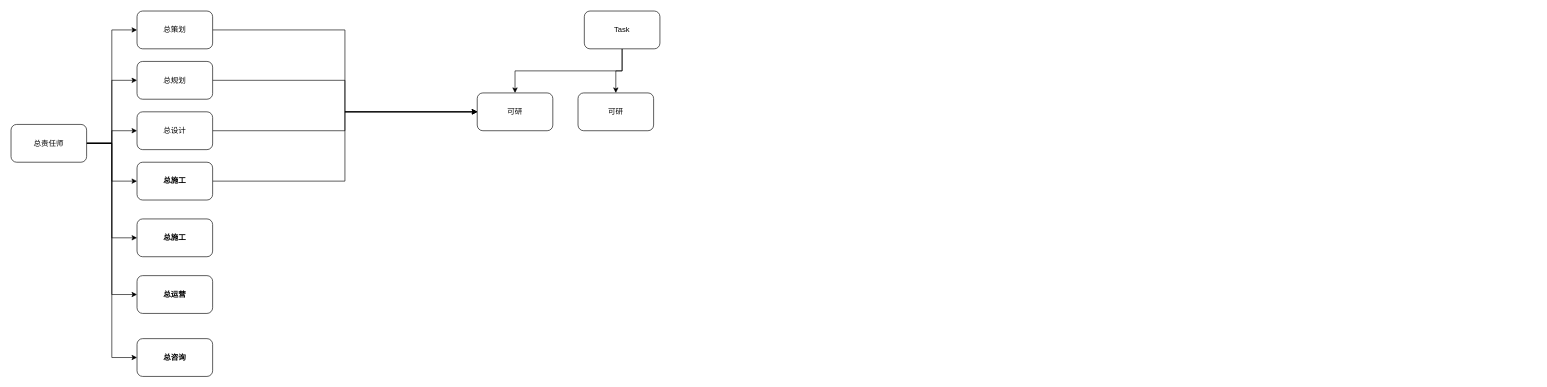
This is 总师系统_UserRelationShape.drawio from gaochaowyq/MinderGraph, a draw.io file, before an edit. Source tidied: cells renumbered, new cells numbered last; positions are measured from the earlier drawing's top-left corner, leaving out a move shared by most shapes. Both pictures are drawn from the tidied source at 63%, with x=0, y=0 at pixel (11, 11).
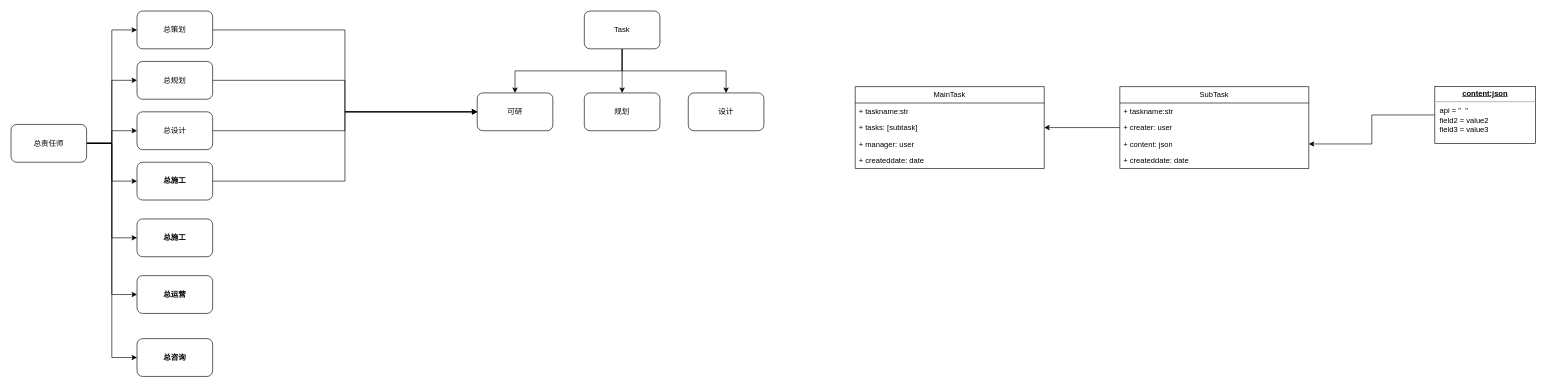
After the change.

Unchanged cells that the change refers to:
```xml
<mxCell id="23" value="&lt;div&gt;Task&lt;/div&gt;" style="rounded=1;whiteSpace=wrap;html=1;" parent="1" vertex="1">
  <mxGeometry x="910" width="120" height="60" as="geometry" />
</mxCell>
```

Change to the diagram source:
```diff
@@
-    <mxCell id="22" style="edgeStyle=orthogonalEdgeStyle;rounded=0;jettySize=auto;html=1;" parent="1" edge="1" source="23" target="25">
+    <mxCell id="22" style="edgeStyle=orthogonalEdgeStyle;rounded=0;jettySize=auto;html=1;exitX=0.5;exitY=1;exitDx=0;exitDy=0;" parent="1" edge="1" source="23" target="25">
       <mxGeometry relative="1" as="geometry" />
     </mxCell>
+    <mxCell id="26" style="edgeStyle=orthogonalEdgeStyle;rounded=0;jettySize=auto;html=1;" parent="1" edge="1" source="23" target="27">
+      <mxGeometry relative="1" as="geometry" />
+    </mxCell>
@@
-    <mxCell id="25" value="可研" style="rounded=1;whiteSpace=wrap;html=1;" parent="1" vertex="1">
-      <mxGeometry x="900" y="130" width="120" height="60" as="geometry" />
+    <mxCell id="25" value="设计" style="rounded=1;whiteSpace=wrap;html=1;" parent="1" vertex="1">
+      <mxGeometry x="1075" y="130" width="120" height="60" as="geometry" />
     </mxCell>
+    <mxCell id="27" value="规划" style="rounded=1;whiteSpace=wrap;html=1;" parent="1" vertex="1">
+      <mxGeometry x="910" y="130" width="120" height="60" as="geometry" />
+    </mxCell>
+    <mxCell id="28" value="MainTask" style="swimlane;fontStyle=0;horizontal=1;startSize=26;fillColor=none;whiteSpace=wrap;html=1;" parent="1" vertex="1">
+      <mxGeometry x="1340" y="120" width="300" height="130" as="geometry" />
+    </mxCell>
+    <mxCell id="29" value="+ taskname:str " style="text;strokeColor=none;fillColor=none;align=left;verticalAlign=top;spacingLeft=4;spacingRight=4;overflow=hidden;whiteSpace=wrap;html=1;" parent="28" vertex="1">
+      <mxGeometry y="26" width="300" height="26" as="geometry" />
+    </mxCell>
+    <mxCell id="30" value="+ tasks: [subtask]" style="text;strokeColor=none;fillColor=none;align=left;verticalAlign=top;spacingLeft=4;spacingRight=4;overflow=hidden;points=[[0,0.5],[1,0.5]];portConstraint=eastwest;whiteSpace=wrap;html=1;" parent="28" vertex="1">
+      <mxGeometry y="52" width="300" height="26" as="geometry" />
+    </mxCell>
+    <mxCell id="31" value="+ manager: user" style="text;strokeColor=none;fillColor=none;align=left;verticalAlign=top;spacingLeft=4;spacingRight=4;overflow=hidden;whiteSpace=wrap;html=1;" parent="28" vertex="1">
+      <mxGeometry y="78" width="300" height="26" as="geometry" />
+    </mxCell>
+    <mxCell id="32" value="+ createddate: date" style="text;strokeColor=none;fillColor=none;align=left;verticalAlign=top;spacingLeft=4;spacingRight=4;overflow=hidden;whiteSpace=wrap;html=1;" parent="28" vertex="1">
+      <mxGeometry y="104" width="300" height="26" as="geometry" />
+    </mxCell>
+    <mxCell id="33" style="edgeStyle=orthogonalEdgeStyle;rounded=0;jettySize=auto;html=1;entryX=1;entryY=0.5;entryDx=0;entryDy=0;" parent="1" edge="1" source="34" target="30">
+      <mxGeometry relative="1" as="geometry" />
+    </mxCell>
+    <mxCell id="34" value="SubTask" style="swimlane;fontStyle=0;horizontal=1;startSize=26;fillColor=none;whiteSpace=wrap;html=1;" parent="1" vertex="1">
+      <mxGeometry x="1760" y="120" width="300" height="130" as="geometry" />
+    </mxCell>
+    <mxCell id="35" value="+ taskname:str " style="text;strokeColor=none;fillColor=none;align=left;verticalAlign=top;spacingLeft=4;spacingRight=4;overflow=hidden;whiteSpace=wrap;html=1;" parent="34" vertex="1">
+      <mxGeometry y="26" width="300" height="26" as="geometry" />
+    </mxCell>
+    <mxCell id="36" value="+ creater: user" style="text;strokeColor=none;fillColor=none;align=left;verticalAlign=top;spacingLeft=4;spacingRight=4;overflow=hidden;whiteSpace=wrap;html=1;" parent="34" vertex="1">
+      <mxGeometry y="52" width="300" height="26" as="geometry" />
+    </mxCell>
+    <mxCell id="37" value="+ content: json" style="text;strokeColor=none;fillColor=none;align=left;verticalAlign=top;spacingLeft=4;spacingRight=4;overflow=hidden;points=[[0,0.5],[1,0.5]];portConstraint=eastwest;whiteSpace=wrap;html=1;" parent="34" vertex="1">
+      <mxGeometry y="78" width="300" height="26" as="geometry" />
+    </mxCell>
+    <mxCell id="38" value="+ createddate: date" style="text;strokeColor=none;fillColor=none;align=left;verticalAlign=top;spacingLeft=4;spacingRight=4;overflow=hidden;whiteSpace=wrap;html=1;" parent="34" vertex="1">
+      <mxGeometry y="104" width="300" height="26" as="geometry" />
+    </mxCell>
+    <mxCell id="39" style="edgeStyle=orthogonalEdgeStyle;rounded=0;jettySize=auto;html=1;" parent="1" edge="1" source="40" target="37">
+      <mxGeometry relative="1" as="geometry" />
+    </mxCell>
+    <mxCell id="40" value="&lt;p style=&quot;margin:0px;margin-top:4px;text-align:center;text-decoration:underline;&quot;&gt;&lt;b&gt;content:json&lt;/b&gt;&lt;/p&gt;&lt;hr&gt;&lt;p style=&quot;margin:0px;margin-left:8px;&quot;&gt;api = &quot;&amp;nbsp; &quot;&lt;br&gt;field2 = value2&lt;br&gt;field3 = value3&lt;/p&gt;" style="verticalAlign=top;align=left;overflow=fill;fontSize=12;fontFamily=Helvetica;html=1;whiteSpace=wrap;" parent="1" vertex="1">
+      <mxGeometry x="2260" y="120" width="160" height="90" as="geometry" />
+    </mxCell>
```
